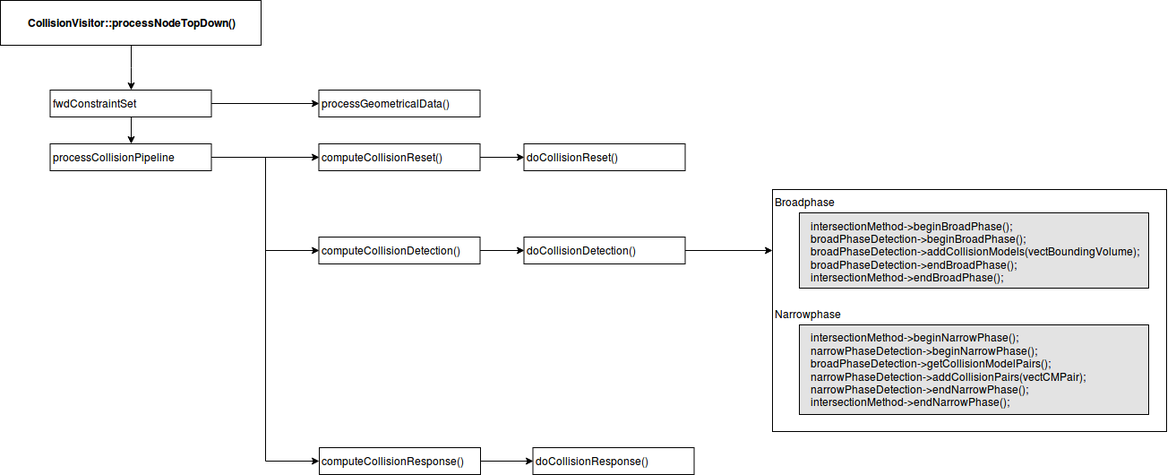
Before: images/collision/CollisionVisitor.png, a diagram exported from draw.io (sofa-framework/doc). Source tidied: cells renumbered, new cells last; positions are measured from the earlier drawing's top-left corner, leaving out a move shared by most shapes.
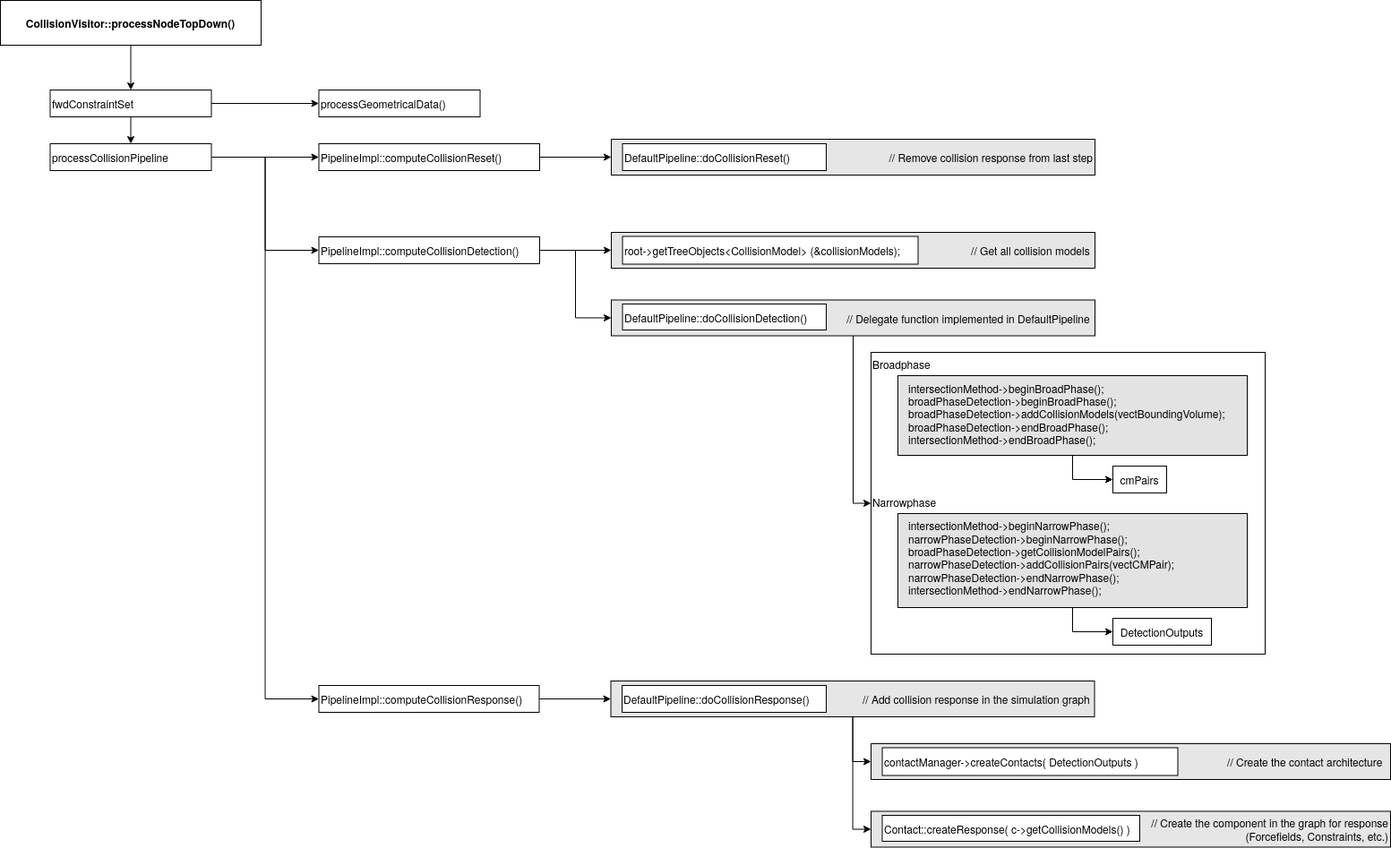
Above is the later version.

Diff of the diagram source:
```diff
@@ -2,8 +2,32 @@
   <root>
     <mxCell id="0" />
     <mxCell id="1" parent="0" />
+    <mxCell id="25" style="edgeStyle=orthogonalEdgeStyle;rounded=0;jettySize=auto;html=1;entryX=0;entryY=0.5;entryDx=0;entryDy=0;" parent="1" edge="1" source="27" target="38">
+      <mxGeometry relative="1" as="geometry" />
+    </mxCell>
+    <mxCell id="26" style="edgeStyle=orthogonalEdgeStyle;rounded=0;jettySize=auto;html=1;entryX=0;entryY=0.5;entryDx=0;entryDy=0;" parent="1" edge="1" source="27" target="37">
+      <mxGeometry relative="1" as="geometry" />
+    </mxCell>
+    <mxCell id="27" value="// Add collision response in the simulation graph&amp;nbsp; " style="rounded=0;whiteSpace=wrap;html=1;fillColor=#E6E6E6;align=right;" parent="1" vertex="1">
+      <mxGeometry x="681.5" y="760" width="540" height="40" as="geometry" />
+    </mxCell>
+    <mxCell id="28" value="// Remove collision response from last step" style="rounded=0;whiteSpace=wrap;html=1;fillColor=#E6E6E6;align=right;" parent="1" vertex="1">
+      <mxGeometry x="682" y="155" width="540" height="40" as="geometry" />
+    </mxCell>
+    <mxCell id="29" style="edgeStyle=orthogonalEdgeStyle;rounded=0;jettySize=auto;html=1;entryX=0;entryY=0.5;entryDx=0;entryDy=0;exitX=0.5;exitY=1;exitDx=0;exitDy=0;" parent="1" edge="1" source="30" target="23">
+      <mxGeometry relative="1" as="geometry" />
+    </mxCell>
+    <mxCell id="30" value="// Delegate function implemented in DefaultPipeline&amp;nbsp; " style="rounded=0;whiteSpace=wrap;html=1;fillColor=#E6E6E6;align=right;" parent="1" vertex="1">
+      <mxGeometry x="682" y="334.5" width="540" height="40" as="geometry" />
+    </mxCell>
+    <mxCell id="31" value="// Get all collision models&amp;nbsp; " style="rounded=0;whiteSpace=wrap;html=1;fillColor=#E6E6E6;align=right;" parent="1" vertex="1">
+      <mxGeometry x="682" y="259" width="540" height="40" as="geometry" />
+    </mxCell>
+    <mxCell id="32" style="edgeStyle=orthogonalEdgeStyle;rounded=0;jettySize=auto;html=1;entryX=0;entryY=0.5;entryDx=0;entryDy=0;" parent="1" edge="1" source="2" target="42">
+      <mxGeometry relative="1" as="geometry" />
+    </mxCell>
     <mxCell id="2" style="rounded=0;whiteSpace=wrap;html=1;fillColor=#E3E3E3;" parent="1" vertex="1">
-      <mxGeometry x="892" y="237" width="390" height="84" as="geometry" />
+      <mxGeometry x="1002" y="419" width="390" height="89" as="geometry" />
     </mxCell>
     <mxCell id="3" style="edgeStyle=orthogonalEdgeStyle;rounded=0;jettySize=auto;html=1;entryX=0.5;entryY=0;entryDx=0;entryDy=0;" parent="1" edge="1" source="4" target="10">
       <mxGeometry relative="1" as="geometry" />
@@ -14,11 +38,11 @@
     <mxCell id="5" value="&lt;div&gt;processGeometricalData()&lt;/div&gt;" style="rounded=0;whiteSpace=wrap;html=1;align=left;" parent="1" vertex="1">
       <mxGeometry x="355.5" y="100" width="180" height="30" as="geometry" />
     </mxCell>
-    <mxCell id="6" style="edgeStyle=orthogonalEdgeStyle;rounded=0;jettySize=auto;html=1;entryX=0;entryY=0.5;entryDx=0;entryDy=0;" parent="1" edge="1" source="7" target="19">
+    <mxCell id="6" style="edgeStyle=orthogonalEdgeStyle;rounded=0;jettySize=auto;html=1;entryX=0;entryY=0.5;entryDx=0;entryDy=0;" parent="1" edge="1" source="7" target="28">
       <mxGeometry relative="1" as="geometry" />
     </mxCell>
-    <mxCell id="7" value="&lt;div&gt;computeCollisionReset()&lt;/div&gt;" style="rounded=0;whiteSpace=wrap;html=1;align=left;" parent="1" vertex="1">
-      <mxGeometry x="355.5" y="160" width="180" height="30" as="geometry" />
+    <mxCell id="7" value="PipelineImpl::computeCollisionReset()" style="rounded=0;whiteSpace=wrap;html=1;align=left;" parent="1" vertex="1">
+      <mxGeometry x="355.5" y="160" width="246.5" height="30" as="geometry" />
     </mxCell>
     <mxCell id="8" style="edgeStyle=orthogonalEdgeStyle;rounded=0;jettySize=auto;html=1;entryX=0;entryY=0.5;entryDx=0;entryDy=0;" parent="1" edge="1" source="10" target="5">
       <mxGeometry relative="1" as="geometry" />
@@ -41,35 +65,61 @@
     <mxCell id="14" value="&lt;div&gt;processCollisionPipeline&lt;/div&gt;" style="rounded=0;whiteSpace=wrap;html=1;align=left;" parent="1" vertex="1">
       <mxGeometry x="55.5" y="160" width="180" height="30" as="geometry" />
     </mxCell>
-    <mxCell id="15" style="edgeStyle=orthogonalEdgeStyle;rounded=0;jettySize=auto;html=1;entryX=0;entryY=0.5;entryDx=0;entryDy=0;" parent="1" edge="1" source="16" target="21">
-      <mxGeometry relative="1" as="geometry" />
-    </mxCell>
+    <mxCell id="33" style="edgeStyle=orthogonalEdgeStyle;rounded=0;jettySize=auto;html=1;entryX=0;entryY=0.5;entryDx=0;entryDy=0;" parent="1" edge="1" source="16" target="31">
+      <mxGeometry relative="1" as="geometry" />
+    </mxCell>
+    <mxCell id="34" style="edgeStyle=orthogonalEdgeStyle;rounded=0;jettySize=auto;html=1;entryX=0;entryY=0.5;entryDx=0;entryDy=0;" parent="1" edge="1" source="16" target="30">
+      <mxGeometry relative="1" as="geometry" />
+    </mxCell>
-    <mxCell id="16" value="computeCollisionDetection()" style="rounded=0;whiteSpace=wrap;html=1;align=left;" parent="1" vertex="1">
-      <mxGeometry x="355.5" y="264" width="180" height="30" as="geometry" />
+    <mxCell id="16" value="PipelineImpl::computeCollisionDetection()" style="rounded=0;whiteSpace=wrap;html=1;align=left;" parent="1" vertex="1">
+      <mxGeometry x="355.5" y="264" width="246.5" height="30" as="geometry" />
     </mxCell>
-    <mxCell id="17" style="edgeStyle=orthogonalEdgeStyle;rounded=0;jettySize=auto;html=1;entryX=0;entryY=0.5;entryDx=0;entryDy=0;" parent="1" edge="1" source="18" target="24">
-      <mxGeometry relative="1" as="geometry" />
+    <mxCell id="17" style="edgeStyle=orthogonalEdgeStyle;rounded=0;jettySize=auto;html=1;" parent="1" edge="1" source="18">
+      <mxGeometry relative="1" as="geometry">
+        <mxPoint x="681.5" y="780" as="targetPoint" />
+      </mxGeometry>
     </mxCell>
-    <mxCell id="18" value="&lt;div&gt;computeCollisionResponse()&lt;/div&gt;" style="rounded=0;whiteSpace=wrap;html=1;align=left;" parent="1" vertex="1">
-      <mxGeometry x="356" y="499" width="180" height="30" as="geometry" />
+    <mxCell id="18" value="PipelineImpl::computeCollisionResponse()" style="rounded=0;whiteSpace=wrap;html=1;align=left;" parent="1" vertex="1">
+      <mxGeometry x="355.5" y="765" width="246" height="30" as="geometry" />
     </mxCell>
-    <mxCell id="19" value="&lt;div&gt;doCollisionReset()&lt;/div&gt;" style="rounded=0;whiteSpace=wrap;html=1;align=left;" parent="1" vertex="1">
-      <mxGeometry x="584.5" y="160" width="180" height="30" as="geometry" />
+    <mxCell id="19" value="&lt;div&gt;DefaultPipeline::doCollisionReset()&lt;/div&gt;" style="rounded=0;whiteSpace=wrap;html=1;align=left;" parent="1" vertex="1">
+      <mxGeometry x="694.5" y="160" width="227.5" height="30" as="geometry" />
     </mxCell>
-    <mxCell id="20" style="edgeStyle=orthogonalEdgeStyle;rounded=0;jettySize=auto;html=1;entryX=0;entryY=0.25;entryDx=0;entryDy=0;" parent="1" edge="1" source="21" target="23">
-      <mxGeometry relative="1" as="geometry" />
-    </mxCell>
-    <mxCell id="21" value="&lt;div&gt;doCollisionDetection()&lt;/div&gt;" style="rounded=0;whiteSpace=wrap;html=1;align=left;" parent="1" vertex="1">
-      <mxGeometry x="584.5" y="264" width="180" height="30" as="geometry" />
+    <mxCell id="21" value="&lt;div&gt;root-&amp;gt;getTreeObjects&amp;lt;CollisionModel&amp;gt; (&amp;amp;collisionModels); &amp;nbsp; &amp;nbsp;&amp;nbsp; &lt;br&gt;&lt;/div&gt;" style="rounded=0;whiteSpace=wrap;html=1;align=left;" parent="1" vertex="1">
+      <mxGeometry x="694.5" y="263.5" width="330" height="31" as="geometry" />
     </mxCell>
+    <mxCell id="35" style="edgeStyle=orthogonalEdgeStyle;rounded=0;jettySize=auto;html=1;entryX=0;entryY=0.5;entryDx=0;entryDy=0;" parent="1" edge="1" source="22" target="41">
+      <mxGeometry relative="1" as="geometry" />
+    </mxCell>
     <mxCell id="22" style="rounded=0;whiteSpace=wrap;html=1;fillColor=#E3E3E3;" parent="1" vertex="1">
-      <mxGeometry x="892" y="362" width="390" height="100" as="geometry" />
+      <mxGeometry x="1002" y="573" width="390" height="105" as="geometry" />
     </mxCell>
+    <mxCell id="24" value="DefaultPipeline::doCollisionResponse()" style="rounded=0;whiteSpace=wrap;html=1;align=left;" parent="1" vertex="1">
+      <mxGeometry x="694" y="765" width="228" height="30" as="geometry" />
+    </mxCell>
+    <mxCell id="36" value="DefaultPipeline::doCollisionDetection()" style="rounded=0;whiteSpace=wrap;html=1;align=left;" parent="1" vertex="1">
+      <mxGeometry x="694.5" y="339" width="227.5" height="29" as="geometry" />
+    </mxCell>
+    <mxCell id="37" value="// Create the component in the graph for response&lt;br&gt;(Forcefields, Constraints, etc.)" style="rounded=0;whiteSpace=wrap;html=1;fillColor=#E6E6E6;align=right;" parent="1" vertex="1">
+      <mxGeometry x="972" y="905.5" width="580" height="40" as="geometry" />
+    </mxCell>
+    <mxCell id="38" value="// Create the contact architecture &amp;nbsp; " style="rounded=0;whiteSpace=wrap;html=1;fillColor=#E6E6E6;align=right;" parent="1" vertex="1">
+      <mxGeometry x="972" y="830" width="580" height="40" as="geometry" />
+    </mxCell>
+    <mxCell id="39" value="&lt;div&gt;contactManager-&amp;gt;createContacts( DetectionOutputs )&lt;br&gt;&lt;/div&gt;" style="rounded=0;whiteSpace=wrap;html=1;align=left;" parent="1" vertex="1">
+      <mxGeometry x="984.5" y="834.5" width="330" height="31" as="geometry" />
+    </mxCell>
+    <mxCell id="40" value="Contact::createResponse( c-&amp;gt;getCollisionModels() )" style="rounded=0;whiteSpace=wrap;html=1;align=left;" parent="1" vertex="1">
+      <mxGeometry x="984.5" y="910" width="287.5" height="29" as="geometry" />
+    </mxCell>
+    <mxCell id="41" value="DetectionOutputs" style="rounded=0;whiteSpace=wrap;html=1;align=center;" parent="1" vertex="1">
+      <mxGeometry x="1242" y="690" width="110" height="30" as="geometry" />
+    </mxCell>
+    <mxCell id="42" value="&lt;div align=&quot;center&quot;&gt;cmPairs&lt;/div&gt;" style="rounded=0;whiteSpace=wrap;html=1;align=center;" parent="1" vertex="1">
+      <mxGeometry x="1242" y="520" width="60" height="30" as="geometry" />
+    </mxCell>
-    <mxCell id="23" value="&lt;div&gt;Broadphase&lt;/div&gt;&lt;blockquote&gt;intersectionMethod-&amp;gt;beginBroadPhase();&lt;br&gt;broadPhaseDetection-&amp;gt;beginBroadPhase();&lt;br&gt;&lt;div&gt;broadPhaseDetection-&amp;gt;addCollisionModels(vectBoundingVolume);&lt;/div&gt;&lt;div&gt;broadPhaseDetection-&amp;gt;endBroadPhase();&lt;br&gt;&lt;/div&gt;&lt;div&gt;intersectionMethod-&amp;gt;endBroadPhase();&lt;/div&gt;&lt;/blockquote&gt;&lt;div&gt;&lt;br&gt;&lt;/div&gt;&lt;div&gt;Narrowphase&lt;/div&gt;&lt;blockquote&gt;&lt;div&gt;intersectionMethod-&amp;gt;beginNarrowPhase();&lt;br&gt;narrowPhaseDetection-&amp;gt;beginNarrowPhase();&lt;br&gt;broadPhaseDetection-&amp;gt;getCollisionModelPairs();&lt;br&gt;narrowPhaseDetection-&amp;gt;addCollisionPairs(vectCMPair);&lt;br&gt;narrowPhaseDetection-&amp;gt;endNarrowPhase();&lt;br&gt;intersectionMethod-&amp;gt;endNarrowPhase();&lt;br&gt;&lt;/div&gt;&lt;/blockquote&gt;" style="rounded=0;whiteSpace=wrap;html=1;align=left;verticalAlign=top;fillColor=none;" parent="1" vertex="1">
-      <mxGeometry x="862" y="211" width="440" height="270" as="geometry" />
+    <mxCell id="23" value="&lt;div&gt;Broadphase&lt;/div&gt;&lt;blockquote&gt;intersectionMethod-&amp;gt;beginBroadPhase();&lt;br&gt;broadPhaseDetection-&amp;gt;beginBroadPhase();&lt;br&gt;&lt;div&gt;broadPhaseDetection-&amp;gt;addCollisionModels(vectBoundingVolume);&lt;/div&gt;&lt;div&gt;broadPhaseDetection-&amp;gt;endBroadPhase();&lt;br&gt;&lt;/div&gt;&lt;div&gt;intersectionMethod-&amp;gt;endBroadPhase();&lt;/div&gt;&lt;/blockquote&gt;&lt;div&gt;&lt;br&gt;&lt;/div&gt;&lt;div&gt;&lt;br&gt;&lt;/div&gt;&lt;div&gt;&lt;br&gt;&lt;/div&gt;&lt;div&gt;Narrowphase&lt;/div&gt;&lt;blockquote&gt;&lt;div&gt;intersectionMethod-&amp;gt;beginNarrowPhase();&lt;br&gt;narrowPhaseDetection-&amp;gt;beginNarrowPhase();&lt;br&gt;broadPhaseDetection-&amp;gt;getCollisionModelPairs();&lt;br&gt;narrowPhaseDetection-&amp;gt;addCollisionPairs(vectCMPair);&lt;br&gt;narrowPhaseDetection-&amp;gt;endNarrowPhase();&lt;br&gt;intersectionMethod-&amp;gt;endNarrowPhase();&lt;br&gt;&lt;/div&gt;&lt;/blockquote&gt;" style="rounded=0;whiteSpace=wrap;html=1;align=left;verticalAlign=top;fillColor=none;" parent="1" vertex="1">
+      <mxGeometry x="972" y="393" width="440" height="337" as="geometry" />
     </mxCell>
-    <mxCell id="24" value="&lt;div&gt;doCollisionResponse()&lt;/div&gt;" style="rounded=0;whiteSpace=wrap;html=1;align=left;" parent="1" vertex="1">
-      <mxGeometry x="594.5" y="499" width="180" height="30" as="geometry" />
-    </mxCell>
   </root>
 </mxGraphModel>
```
